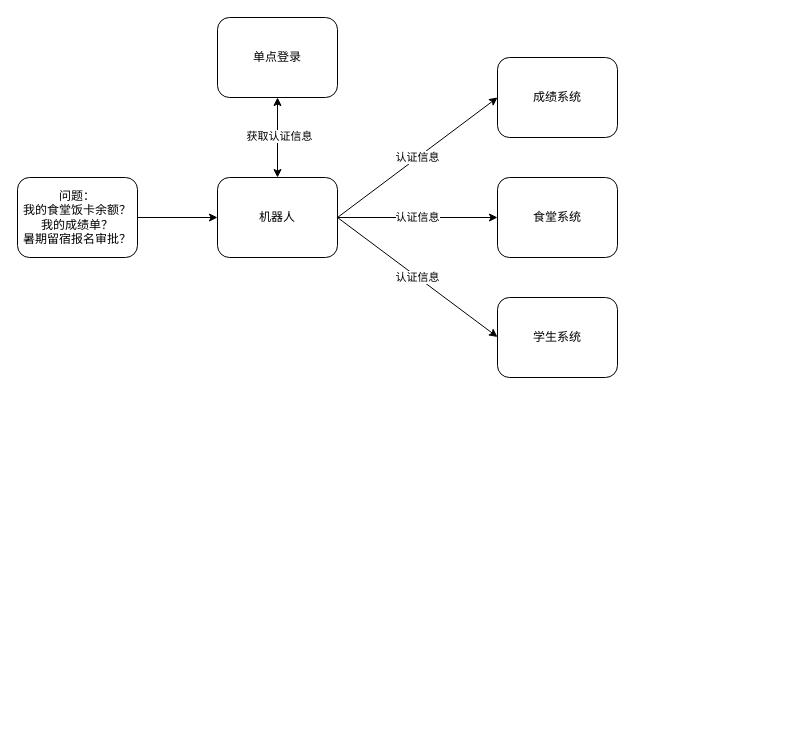
Above: 华中师范大学接口平台.drawio in kmjuq/drawio (draw.io), before the change. Source tidied: cells renumbered, new cells numbered last; positions are measured from the earlier drawing's top-left corner, leaving out a move shared by most shapes. Both pictures are drawn from the tidied source at 100%, with x=0, y=0 at pixel (17, 17).
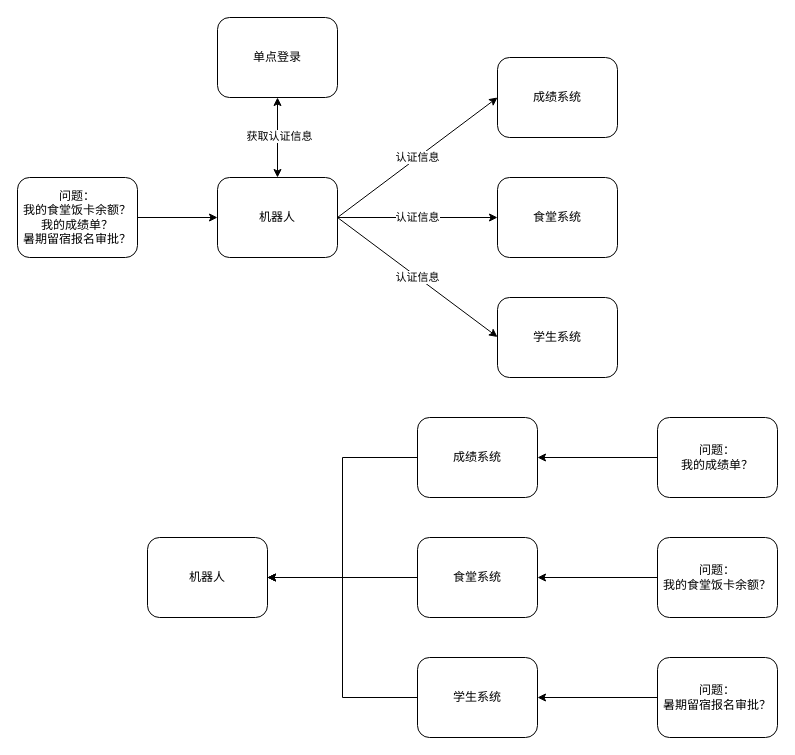
After the change.

Commit message:
Update 华中师范大学接口平台.drawio

What changed in the source:
```diff
@@
+    <mxCell id="14" style="edgeStyle=orthogonalEdgeStyle;rounded=0;jettySize=auto;html=1;" parent="1" edge="1" source="15" target="20">
+      <mxGeometry relative="1" as="geometry" />
+    </mxCell>
+    <mxCell id="15" value="问题：&lt;br&gt;我的食堂饭卡余额？" style="rounded=1;whiteSpace=wrap;html=1;" parent="1" vertex="1">
+      <mxGeometry x="640" y="520" width="120" height="80" as="geometry" />
+    </mxCell>
+    <mxCell id="16" value="机器人" style="whiteSpace=wrap;html=1;rounded=1;" parent="1" vertex="1">
+      <mxGeometry x="130" y="520" width="120" height="80" as="geometry" />
+    </mxCell>
+    <mxCell id="17" style="edgeStyle=orthogonalEdgeStyle;rounded=0;jettySize=auto;html=1;entryX=1;entryY=0.5;entryDx=0;entryDy=0;" parent="1" edge="1" source="18" target="16">
+      <mxGeometry relative="1" as="geometry" />
+    </mxCell>
+    <mxCell id="18" value="成绩系统" style="whiteSpace=wrap;html=1;rounded=1;" parent="1" vertex="1">
+      <mxGeometry x="400" y="400" width="120" height="80" as="geometry" />
+    </mxCell>
+    <mxCell id="19" style="edgeStyle=orthogonalEdgeStyle;rounded=0;jettySize=auto;html=1;entryX=1;entryY=0.5;entryDx=0;entryDy=0;" parent="1" edge="1" source="20" target="16">
+      <mxGeometry relative="1" as="geometry" />
+    </mxCell>
+    <mxCell id="20" value="食堂系统" style="whiteSpace=wrap;html=1;rounded=1;" parent="1" vertex="1">
+      <mxGeometry x="400" y="520" width="120" height="80" as="geometry" />
+    </mxCell>
+    <mxCell id="21" style="edgeStyle=orthogonalEdgeStyle;rounded=0;jettySize=auto;html=1;entryX=1;entryY=0.5;entryDx=0;entryDy=0;" parent="1" edge="1" source="22" target="16">
+      <mxGeometry relative="1" as="geometry" />
+    </mxCell>
+    <mxCell id="22" value="学生系统" style="whiteSpace=wrap;html=1;rounded=1;" parent="1" vertex="1">
+      <mxGeometry x="400" y="640" width="120" height="80" as="geometry" />
+    </mxCell>
+    <mxCell id="23" style="edgeStyle=orthogonalEdgeStyle;rounded=0;jettySize=auto;html=1;" parent="1" edge="1" source="24" target="18">
+      <mxGeometry relative="1" as="geometry" />
+    </mxCell>
+    <mxCell id="24" value="问题：&lt;br&gt;我的成绩单？" style="rounded=1;whiteSpace=wrap;html=1;" parent="1" vertex="1">
+      <mxGeometry x="640" y="400" width="120" height="80" as="geometry" />
+    </mxCell>
+    <mxCell id="25" style="edgeStyle=orthogonalEdgeStyle;rounded=0;jettySize=auto;html=1;entryX=1;entryY=0.5;entryDx=0;entryDy=0;" parent="1" edge="1" source="26" target="22">
+      <mxGeometry relative="1" as="geometry" />
+    </mxCell>
+    <mxCell id="26" value="问题：&lt;br&gt;暑期留宿报名审批？" style="rounded=1;whiteSpace=wrap;html=1;" parent="1" vertex="1">
+      <mxGeometry x="640" y="640" width="120" height="80" as="geometry" />
+    </mxCell>
```
